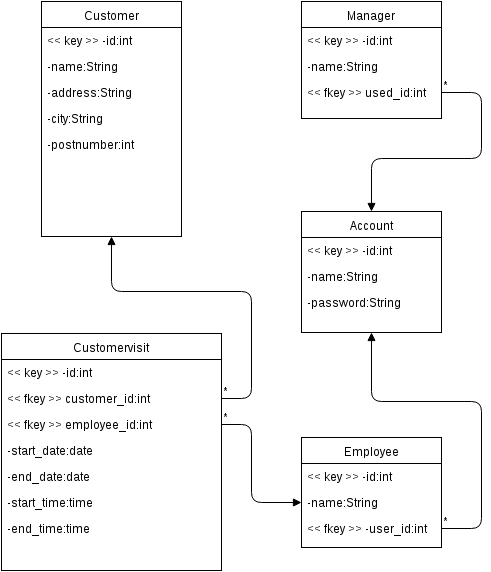
This is doc/doc_markdown/pictures/relaatiotietokantakaavio.png from anttihaap/Tsoha-Bootstrap, a draw.io export, as it was before one commit. Source tidied: cells renumbered, new cells last; positions are measured from the earlier drawing's top-left corner, leaving out a move shared by most shapes.
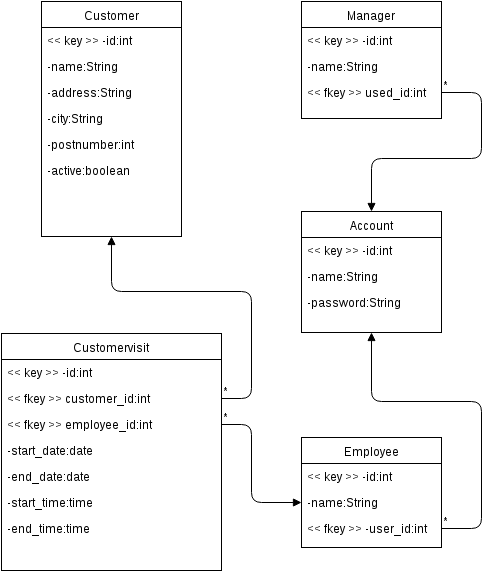
After the change.

Change to the diagram source:
```diff
@@ -20,6 +20,9 @@
     <mxCell id="7" value="-postnumber:int" style="text;html=1;strokeColor=none;fillColor=none;align=left;verticalAlign=top;spacingLeft=4;spacingRight=4;whiteSpace=wrap;overflow=hidden;" parent="2" vertex="1">
       <mxGeometry y="130" width="140" height="26" as="geometry" />
     </mxCell>
+    <mxCell id="36" value="-active:boolean" style="text;html=1;strokeColor=none;fillColor=none;align=left;verticalAlign=top;spacingLeft=4;spacingRight=4;whiteSpace=wrap;overflow=hidden;" parent="2" vertex="1">
+      <mxGeometry y="156" width="140" height="26" as="geometry" />
+    </mxCell>
     <mxCell id="8" value="Account" style="swimlane;html=1;fontStyle=0;horizontal=1;startSize=26;fillColor=none;swimlaneFillColor=#ffffff;" parent="1" vertex="1">
       <mxGeometry x="300" y="210" width="140" height="121" as="geometry" />
     </mxCell>
```
